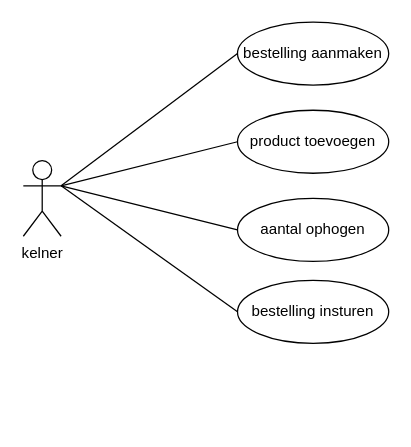
Before: page "bestellingen" (1 of 2) of documentatie/usecase/usecase.drawio in Armaniimus/ARE_Galaxy-burger, a draw.io diagram. Source tidied: cells renumbered, new cells numbered last; positions are measured from the earlier drawing's top-left corner, leaving out a move shared by most shapes. Both pictures are drawn from the tidied source at 126%, with x=0, y=0 at pixel (23, 21).
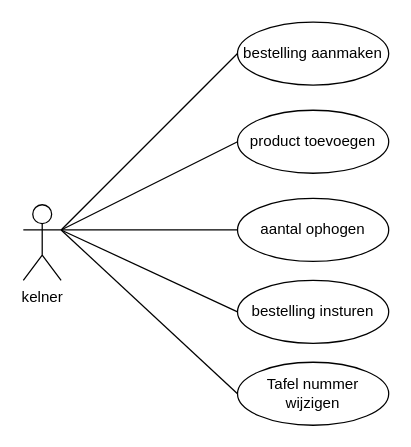
The same page after the edit.

The edit, as a diff of the source:
```diff
@@
 <mxGraphModel>
   <root>
     <mxCell id="0" />
     <mxCell id="1" parent="0" />
     <mxCell id="2" value="kelner" style="shape=umlActor;verticalLabelPosition=bottom;verticalAlign=top;html=1;outlineConnect=0;" parent="1" vertex="1">
-      <mxGeometry y="110" width="30" height="60" as="geometry" />
+      <mxGeometry y="145" width="30" height="60" as="geometry" />
     </mxCell>
     <mxCell id="3" value="bestelling aanmaken" style="ellipse;whiteSpace=wrap;html=1;" parent="1" vertex="1">
       <mxGeometry x="170" width="120" height="50" as="geometry" />
     </mxCell>
     <mxCell id="4" value="product toevoegen" style="ellipse;whiteSpace=wrap;html=1;" parent="1" vertex="1">
       <mxGeometry x="170" y="70" width="120" height="50" as="geometry" />
     </mxCell>
     <mxCell id="5" value="aantal ophogen" style="ellipse;whiteSpace=wrap;html=1;" parent="1" vertex="1">
       <mxGeometry x="170" y="140" width="120" height="50" as="geometry" />
     </mxCell>
     <mxCell id="6" value="bestelling insturen" style="ellipse;whiteSpace=wrap;html=1;" parent="1" vertex="1">
       <mxGeometry x="170" y="205" width="120" height="50" as="geometry" />
     </mxCell>
     <mxCell id="7" style="endArrow=none;html=1;rounded=0;strokeColor=default;exitX=1;exitY=0.3333333333333333;exitDx=0;exitDy=0;exitPerimeter=0;entryX=0;entryY=0.5;entryDx=0;entryDy=0;" parent="1" edge="1" source="2" target="4">
       <mxGeometry relative="1" as="geometry" />
     </mxCell>
     <mxCell id="8" style="endArrow=none;html=1;rounded=0;strokeColor=default;exitX=1;exitY=0.3333333333333333;exitDx=0;exitDy=0;exitPerimeter=0;entryX=0;entryY=0.5;entryDx=0;entryDy=0;" parent="1" edge="1" source="2" target="3">
       <mxGeometry relative="1" as="geometry" />
     </mxCell>
     <mxCell id="9" style="endArrow=none;html=1;rounded=0;strokeColor=default;exitX=1;exitY=0.3333333333333333;exitDx=0;exitDy=0;exitPerimeter=0;entryX=0;entryY=0.5;entryDx=0;entryDy=0;" parent="1" edge="1" source="2" target="5">
       <mxGeometry relative="1" as="geometry" />
     </mxCell>
     <mxCell id="10" style="endArrow=none;html=1;rounded=0;strokeColor=default;entryX=0;entryY=0.5;entryDx=0;entryDy=0;exitX=1;exitY=0.3333333333333333;exitDx=0;exitDy=0;exitPerimeter=0;" parent="1" edge="1" source="2" target="6">
       <mxGeometry relative="1" as="geometry" />
     </mxCell>
+    <mxCell id="11" value="Tafel nummer wijzigen" style="ellipse;whiteSpace=wrap;html=1;" parent="1" vertex="1">
+      <mxGeometry x="170" y="270" width="120" height="50" as="geometry" />
+    </mxCell>
+    <mxCell id="12" style="endArrow=none;html=1;rounded=0;strokeColor=default;entryX=0;entryY=0.5;entryDx=0;entryDy=0;exitX=1;exitY=0.3333333333333333;exitDx=0;exitDy=0;exitPerimeter=0;" parent="1" edge="1" source="2" target="11">
+      <mxGeometry relative="1" as="geometry" />
+    </mxCell>
   </root>
 </mxGraphModel>
```
